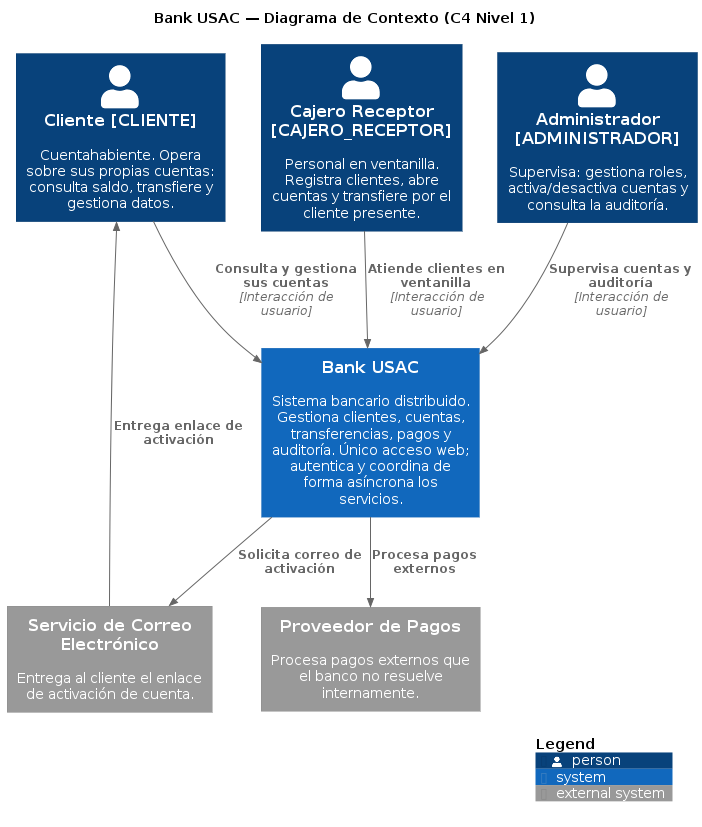
This is docs/architecture/diagrams/02-c4-contexto.png from marcosbondel/Proyecto-SA-B-2, a PlantUML export, as it was before one commit. Its diagram source:
```plantuml
@startuml
!include https://raw.githubusercontent.com/plantuml-stdlib/C4-PlantUML/master/C4_Context.puml

title Bank USAC — Diagrama de Contexto (C4 Nivel 1)

Person(cliente, "Cliente [CLIENTE]", "Cuentahabiente. Opera sobre sus propias cuentas: consulta saldo, transfiere y gestiona datos.")
Person(cajero, "Cajero Receptor [CAJERO_RECEPTOR]", "Personal en ventanilla. Registra clientes, abre cuentas y transfiere por el cliente presente.")
Person(admin, "Administrador [ADMINISTRADOR]", "Supervisa: gestiona roles, activa/desactiva cuentas y consulta la auditoría.")

System(bankusac, "Bank USAC", "Sistema bancario distribuido. Gestiona clientes, cuentas, transferencias, pagos y auditoría. Único acceso web; autentica y coordina de forma asíncrona los servicios.")

System_Ext(correo, "Servicio de Correo Electrónico ", "Entrega al cliente el enlace de activación de cuenta.")
System_Ext(proveedorPagos, "Proveedor de Pagos ", "Procesa pagos externos que el banco no resuelve internamente.")

Rel(cliente, bankusac, "Consulta y gestiona sus cuentas", "Interacción de usuario")
Rel(cajero, bankusac, "Atiende clientes en ventanilla", "Interacción de usuario")
Rel(admin, bankusac, "Supervisa cuentas y auditoría", "Interacción de usuario")

Rel(bankusac, correo, "Solicita correo de activación")
Rel(correo, cliente, "Entrega enlace de activación ")
Rel(bankusac, proveedorPagos, "Procesa pagos externos")

SHOW_LEGEND()
@enduml
```
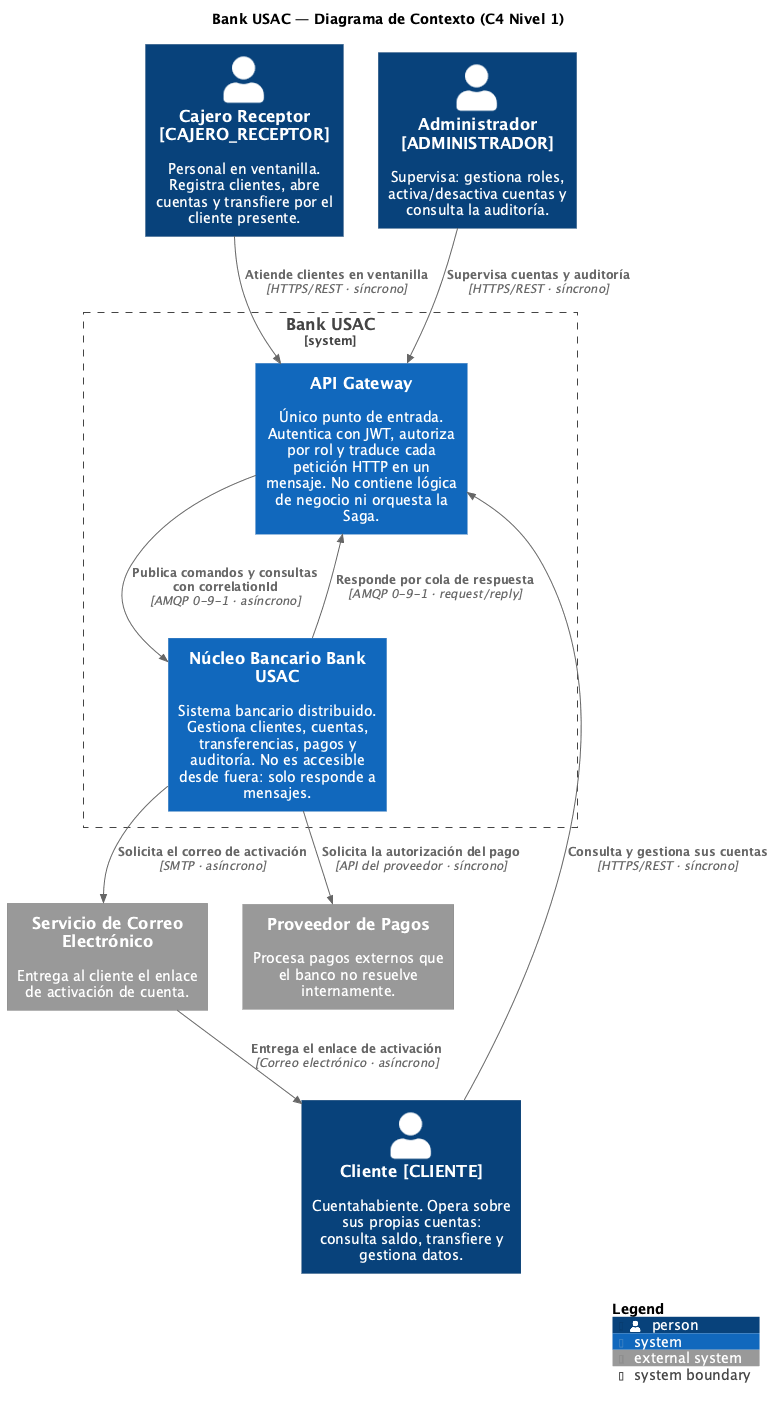
After the commit.

What changed in the source:
```diff
@@ -1,5 +1,6 @@
 @startuml
 !include https://raw.githubusercontent.com/plantuml-stdlib/C4-PlantUML/master/C4_Context.puml
+
 
 title Bank USAC — Diagrama de Contexto (C4 Nivel 1)
 
@@ -7,18 +8,24 @@
 Person(cajero, "Cajero Receptor [CAJERO_RECEPTOR]", "Personal en ventanilla. Registra clientes, abre cuentas y transfiere por el cliente presente.")
 Person(admin, "Administrador [ADMINISTRADOR]", "Supervisa: gestiona roles, activa/desactiva cuentas y consulta la auditoría.")
 
-System(bankusac, "Bank USAC", "Sistema bancario distribuido. Gestiona clientes, cuentas, transferencias, pagos y auditoría. Único acceso web; autentica y coordina de forma asíncrona los servicios.")
+System_Boundary(limite, "Bank USAC") {
+    System(gateway, "API Gateway", "Único punto de entrada. Autentica con JWT, autoriza por rol y traduce cada petición HTTP en un mensaje. No contiene lógica de negocio ni orquesta la Saga.")
+    System(bankusac, "Núcleo Bancario Bank USAC", "Sistema bancario distribuido. Gestiona clientes, cuentas, transferencias, pagos y auditoría. No es accesible desde fuera: solo responde a mensajes.")
+}
 
-System_Ext(correo, "Servicio de Correo Electrónico ", "Entrega al cliente el enlace de activación de cuenta.")
-System_Ext(proveedorPagos, "Proveedor de Pagos ", "Procesa pagos externos que el banco no resuelve internamente.")
+System_Ext(correo, "Servicio de Correo Electrónico", "Entrega al cliente el enlace de activación de cuenta.")
+System_Ext(proveedorPagos, "Proveedor de Pagos", "Procesa pagos externos que el banco no resuelve internamente.")
 
-Rel(cliente, bankusac, "Consulta y gestiona sus cuentas", "Interacción de usuario")
-Rel(cajero, bankusac, "Atiende clientes en ventanilla", "Interacción de usuario")
-Rel(admin, bankusac, "Supervisa cuentas y auditoría", "Interacción de usuario")
+Rel(cliente, gateway, "Consulta y gestiona sus cuentas", "HTTPS/REST · síncrono")
+Rel(cajero, gateway, "Atiende clientes en ventanilla", "HTTPS/REST · síncrono")
+Rel(admin, gateway, "Supervisa cuentas y auditoría", "HTTPS/REST · síncrono")
 
-Rel(bankusac, correo, "Solicita correo de activación")
-Rel(correo, cliente, "Entrega enlace de activación ")
-Rel(bankusac, proveedorPagos, "Procesa pagos externos")
+Rel(gateway, bankusac, "Publica comandos y consultas con correlationId", "AMQP 0-9-1 · asíncrono")
+Rel(bankusac, gateway, "Responde por cola de respuesta", "AMQP 0-9-1 · request/reply")
+
+Rel(bankusac, correo, "Solicita el correo de activación", "SMTP · asíncrono")
+Rel(correo, cliente, "Entrega el enlace de activación", "Correo electrónico · asíncrono")
+Rel(bankusac, proveedorPagos, "Solicita la autorización del pago", "API del proveedor · síncrono")
 
 SHOW_LEGEND()
 @enduml
```
